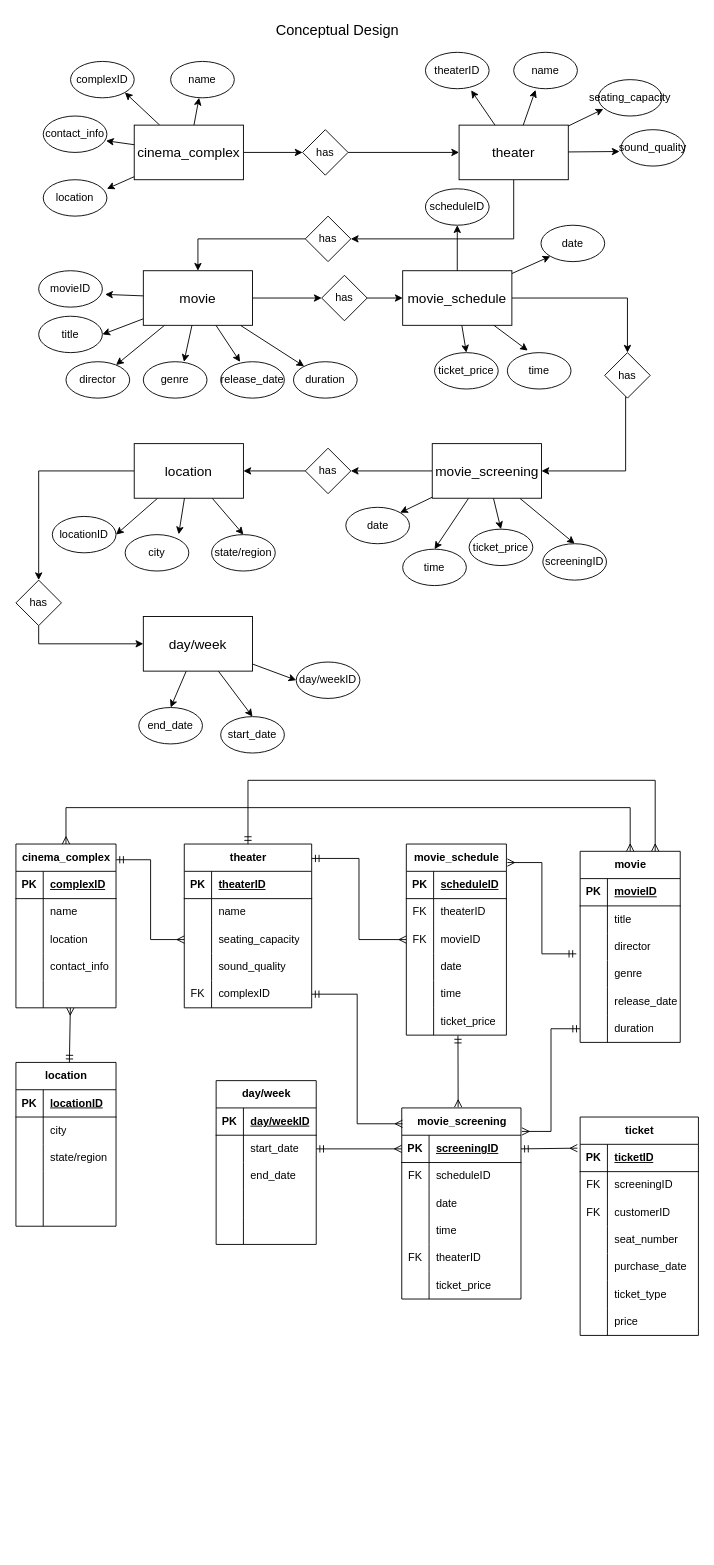
The draw.io diagram eye_candy_cinemas_casestudy.drawio in julieeesy/data_modelling_workshop, before the edit. Source tidied: cells renumbered, new cells numbered last; positions are measured from the earlier drawing's top-left corner, leaving out a move shared by most shapes. Both pictures are drawn from the tidied source at 91%, with x=0, y=0 at pixel (15, 15).
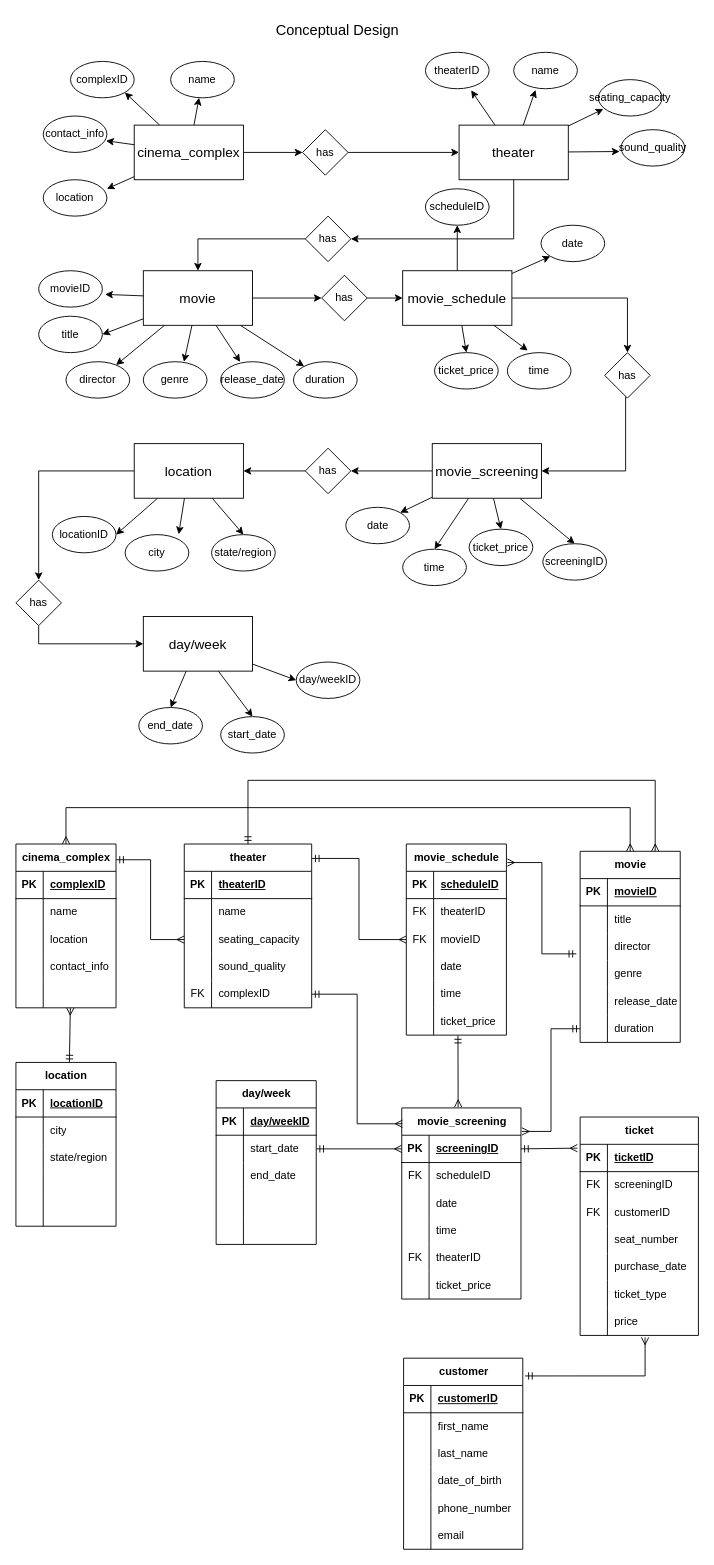
Above is the later version.

The change refers to these unchanged cells:
```xml
<mxCell id="232" style="shape=tableRow;horizontal=0;startSize=0;swimlaneHead=0;swimlaneBody=0;fillColor=none;points=[[0,0.5],[1,0.5]];portConstraint=eastwest;top=0;left=0;right=0;bottom=0;" parent="213" vertex="1">
  <mxGeometry y="210" width="130" height="30" as="geometry" />
</mxCell>
```

What changed in the source:
```diff
@@
+    <mxCell id="238" value="customer" style="shape=table;startSize=30;childLayout=tableLayout;rowLines=0;fontStyle=1;align=center;html=1;" parent="1" vertex="1">
+      <mxGeometry x="426" y="1475" width="131" height="210" as="geometry" />
+    </mxCell>
+    <mxCell id="239" style="shape=tableRow;horizontal=0;startSize=0;swimlaneHead=0;swimlaneBody=0;fillColor=none;top=0;left=0;right=0;bottom=1;" parent="238" vertex="1">
+      <mxGeometry y="30" width="131" height="30" as="geometry" />
+    </mxCell>
+    <mxCell id="240" value="PK" style="shape=partialRectangle;fillColor=none;top=0;left=0;bottom=0;right=0;fontStyle=1;overflow=hidden;whiteSpace=wrap;html=1;" parent="239" vertex="1">
+      <mxGeometry width="30" height="30" as="geometry" />
+    </mxCell>
+    <mxCell id="241" value="customerID" style="shape=partialRectangle;fillColor=none;top=0;left=0;bottom=0;right=0;align=left;spacingLeft=6;fontStyle=5;overflow=hidden;whiteSpace=wrap;html=1;" parent="239" vertex="1">
+      <mxGeometry x="30" width="101" height="30" as="geometry" />
+    </mxCell>
+    <mxCell id="242" style="shape=tableRow;horizontal=0;startSize=0;swimlaneHead=0;swimlaneBody=0;fillColor=none;top=0;left=0;right=0;bottom=0;" parent="238" vertex="1">
+      <mxGeometry y="60" width="131" height="30" as="geometry" />
+    </mxCell>
+    <mxCell id="243" style="shape=partialRectangle;fillColor=none;top=0;left=0;bottom=0;right=0;overflow=hidden;whiteSpace=wrap;html=1;" parent="242" vertex="1">
+      <mxGeometry width="30" height="30" as="geometry" />
+    </mxCell>
+    <mxCell id="244" value="first_name" style="shape=partialRectangle;fillColor=none;top=0;left=0;bottom=0;right=0;align=left;spacingLeft=6;overflow=hidden;whiteSpace=wrap;html=1;" parent="242" vertex="1">
+      <mxGeometry x="30" width="101" height="30" as="geometry" />
+    </mxCell>
+    <mxCell id="245" style="shape=tableRow;horizontal=0;startSize=0;swimlaneHead=0;swimlaneBody=0;fillColor=none;top=0;left=0;right=0;bottom=0;" parent="238" vertex="1">
+      <mxGeometry y="90" width="131" height="30" as="geometry" />
+    </mxCell>
+    <mxCell id="246" style="shape=partialRectangle;fillColor=none;top=0;left=0;bottom=0;right=0;overflow=hidden;whiteSpace=wrap;html=1;" parent="245" vertex="1">
+      <mxGeometry width="30" height="30" as="geometry" />
+    </mxCell>
+    <mxCell id="247" value="last_name" style="shape=partialRectangle;fillColor=none;top=0;left=0;bottom=0;right=0;align=left;spacingLeft=6;overflow=hidden;whiteSpace=wrap;html=1;" parent="245" vertex="1">
+      <mxGeometry x="30" width="101" height="30" as="geometry" />
+    </mxCell>
+    <mxCell id="248" style="shape=tableRow;horizontal=0;startSize=0;swimlaneHead=0;swimlaneBody=0;fillColor=none;top=0;left=0;right=0;bottom=0;" parent="238" vertex="1">
+      <mxGeometry y="120" width="131" height="30" as="geometry" />
+    </mxCell>
+    <mxCell id="249" style="shape=partialRectangle;fillColor=none;top=0;left=0;bottom=0;right=0;overflow=hidden;whiteSpace=wrap;html=1;" parent="248" vertex="1">
+      <mxGeometry width="30" height="30" as="geometry" />
+    </mxCell>
+    <mxCell id="250" value="date_of_birth" style="shape=partialRectangle;fillColor=none;top=0;left=0;bottom=0;right=0;align=left;spacingLeft=6;overflow=hidden;whiteSpace=wrap;html=1;" parent="248" vertex="1">
+      <mxGeometry x="30" width="101" height="30" as="geometry" />
+    </mxCell>
+    <mxCell id="251" style="shape=tableRow;horizontal=0;startSize=0;swimlaneHead=0;swimlaneBody=0;fillColor=none;top=0;left=0;right=0;bottom=0;" parent="238" vertex="1">
+      <mxGeometry y="150" width="131" height="30" as="geometry" />
+    </mxCell>
+    <mxCell id="252" style="shape=partialRectangle;fillColor=none;top=0;left=0;bottom=0;right=0;overflow=hidden;whiteSpace=wrap;html=1;" parent="251" vertex="1">
+      <mxGeometry width="30" height="30" as="geometry" />
+    </mxCell>
+    <mxCell id="253" value="phone_number" style="shape=partialRectangle;fillColor=none;top=0;left=0;bottom=0;right=0;align=left;spacingLeft=6;overflow=hidden;whiteSpace=wrap;html=1;" parent="251" vertex="1">
+      <mxGeometry x="30" width="101" height="30" as="geometry" />
+    </mxCell>
+    <mxCell id="254" style="shape=tableRow;horizontal=0;startSize=0;swimlaneHead=0;swimlaneBody=0;fillColor=none;top=0;left=0;right=0;bottom=0;" parent="238" vertex="1">
+      <mxGeometry y="180" width="131" height="30" as="geometry" />
+    </mxCell>
+    <mxCell id="255" style="shape=partialRectangle;fillColor=none;top=0;left=0;bottom=0;right=0;overflow=hidden;whiteSpace=wrap;html=1;" parent="254" vertex="1">
+      <mxGeometry width="30" height="30" as="geometry" />
+    </mxCell>
+    <mxCell id="256" value="email" style="shape=partialRectangle;fillColor=none;top=0;left=0;bottom=0;right=0;align=left;spacingLeft=6;overflow=hidden;whiteSpace=wrap;html=1;" parent="254" vertex="1">
+      <mxGeometry x="30" width="101" height="30" as="geometry" />
+    </mxCell>
+    <mxCell id="257" style="fontSize=12;html=1;endArrow=ERmany;startArrow=ERmandOne;rounded=0;exitX=1.018;exitY=0.093;exitDx=0;exitDy=0;endFill=0;entryX=0.549;entryY=1.073;entryDx=0;entryDy=0;entryPerimeter=0;exitPerimeter=0;edgeStyle=orthogonalEdgeStyle;" parent="1" edge="1" source="238" target="232">
+      <mxGeometry relative="1" as="geometry">
+        <Array as="points">
+          <mxPoint x="691" y="1495" />
+        </Array>
+      </mxGeometry>
+    </mxCell>
```
